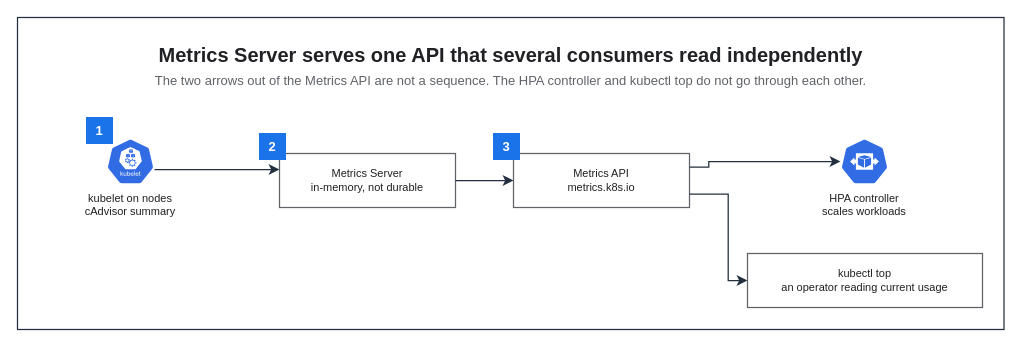
The draw.io diagram assets/img/kubernetes/metrics-server-collection.drawio in KKamJi98/kkamji98.github.io, before the edit. Source tidied: cells renumbered, new cells numbered last; positions are measured from the earlier drawing's top-left corner, leaving out a move shared by most shapes. Both pictures are drawn from the tidied source at 100%, with x=0, y=0 at pixel (17, 17).
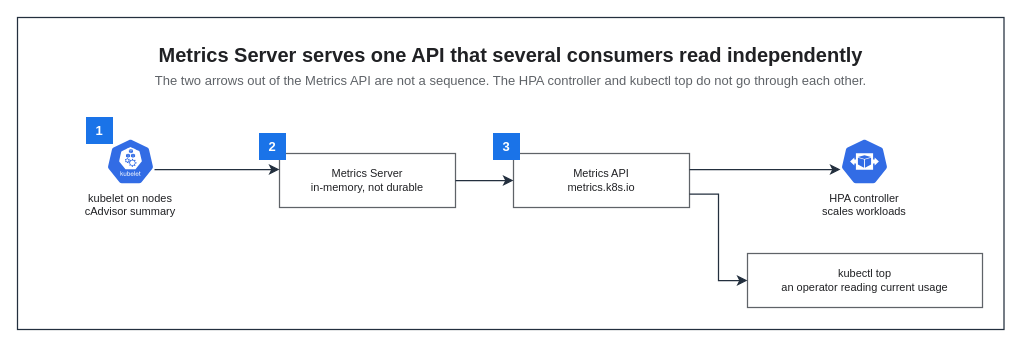
After the change.

Unchanged cells that the change refers to:
```xml
<mxCell id="7" value="Metrics API&#10;metrics.k8s.io" style="rounded=0;whiteSpace=wrap;html=0;fillColor=#FFFFFF;strokeColor=#5F6368;fontColor=#202124;fontSize=11;fontStyle=0;align=center;verticalAlign=middle;spacingLeft=6;spacingRight=6;strokeWidth=1.25;" parent="1" vertex="1">
  <mxGeometry x="496" y="136" width="176" height="54" as="geometry" />
</mxCell>
<mxCell id="8" value="HPA controller&#10;scales workloads" style="sketch=0;outlineConnect=0;gradientColor=none;html=0;whiteSpace=nowrap;fontSize=11;fontStyle=0;fontColor=#202124;verticalLabelPosition=bottom;verticalAlign=top;align=center;labelBackgroundColor=none;fillColor=#326CE5;strokeColor=none;dashed=0;shape=mxgraph.kubernetes.icon;prIcon=hpa;" parent="1" vertex="1">
  <mxGeometry x="823" y="120" width="48" height="48" as="geometry" />
</mxCell>
<mxCell id="9" value="kubectl top&#10;an operator reading current usage" style="rounded=0;whiteSpace=wrap;html=0;fillColor=#FFFFFF;strokeColor=#5F6368;fontColor=#202124;fontSize=11;fontStyle=0;align=center;verticalAlign=middle;spacingLeft=6;spacingRight=6;strokeWidth=1.25;" parent="1" vertex="1">
  <mxGeometry x="730" y="236" width="235" height="54" as="geometry" />
</mxCell>
```

Change to the diagram source:
```diff
@@
-    <mxCell id="15" style="edgeStyle=orthogonalEdgeStyle;rounded=0;html=0;strokeColor=#232F3E;strokeWidth=1.25;endArrow=classic;endFill=1;endSize=7;fontSize=11;fontColor=#202124;labelBackgroundColor=none;jettySize=14;exitX=1;exitY=0.25;entryX=0;entryY=0.5;exitDx=0;exitDy=0;entryDx=0;entryDy=0;" parent="1" edge="1" source="7" target="8">
-      <mxGeometry relative="1" as="geometry">
-        <Array as="points">
-          <mxPoint x="691.3" y="149.5" />
-          <mxPoint x="691.3" y="144" />
-        </Array>
-      </mxGeometry>
+    <mxCell id="15" style="edgeStyle=orthogonalEdgeStyle;rounded=0;html=0;strokeColor=#232F3E;strokeWidth=1.25;endArrow=classic;endFill=1;endSize=7;fontSize=11;fontColor=#202124;labelBackgroundColor=none;jettySize=14;exitX=1;exitY=0.2963;entryX=0;entryY=0.6667;exitDx=0;exitDy=0;entryDx=0;entryDy=0;" parent="1" edge="1" source="7" target="8">
+      <mxGeometry relative="1" as="geometry" />
     </mxCell>
     <mxCell id="16" style="edgeStyle=orthogonalEdgeStyle;rounded=0;html=0;strokeColor=#232F3E;strokeWidth=1.25;endArrow=classic;endFill=1;endSize=7;fontSize=11;fontColor=#202124;labelBackgroundColor=none;jettySize=14;exitX=1;exitY=0.75;entryX=0;entryY=0.5;exitDx=0;exitDy=0;entryDx=0;entryDy=0;" parent="1" edge="1" source="7" target="9">
       <mxGeometry relative="1" as="geometry">
         <Array as="points">
-          <mxPoint x="710.7" y="176.5" />
-          <mxPoint x="710.7" y="263" />
+          <mxPoint x="701" y="176.5" />
+          <mxPoint x="701" y="263" />
         </Array>
       </mxGeometry>
     </mxCell>
```
